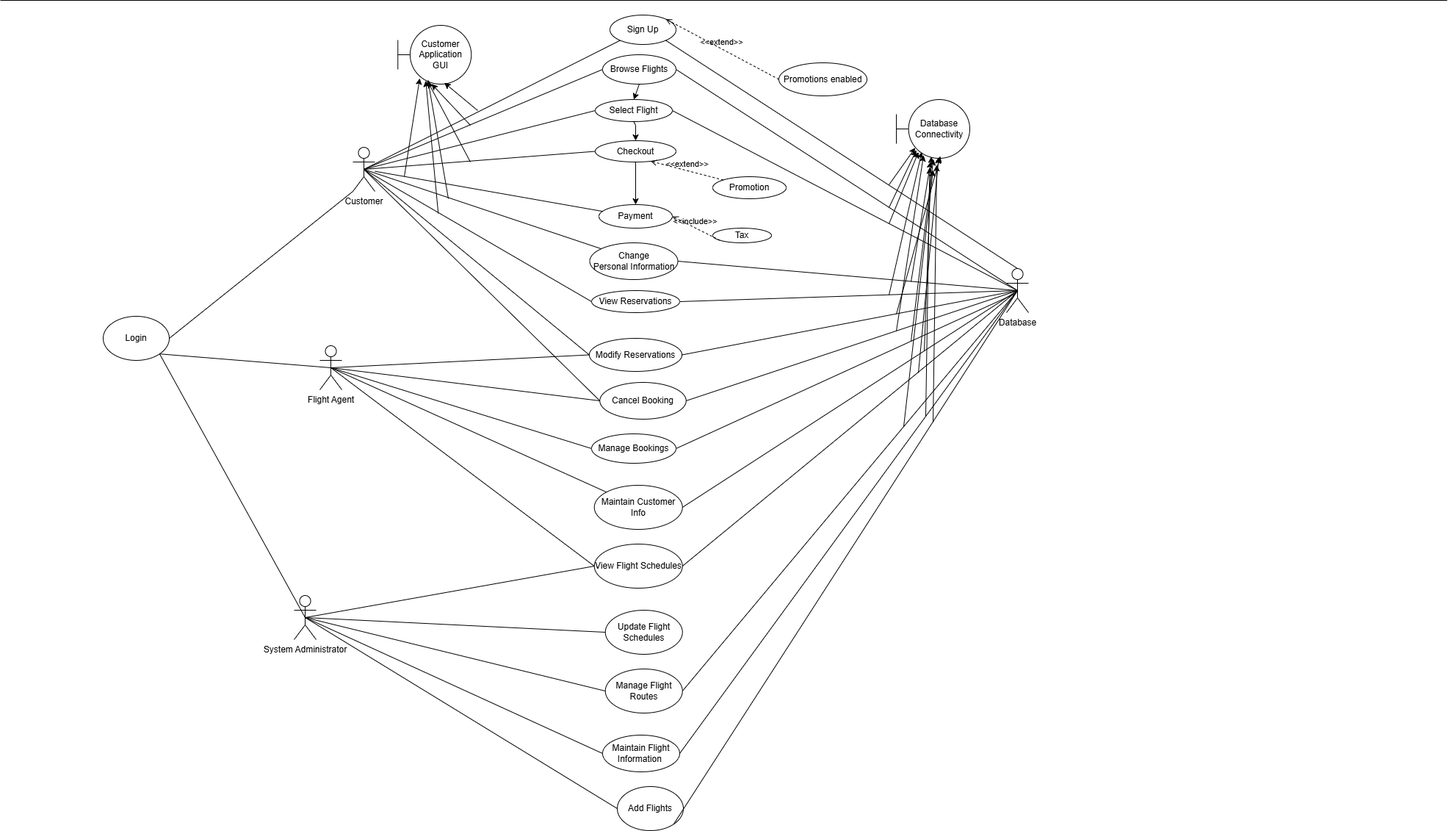
aditi-j25/ENSF_480_Term_project keeps this draw.io diagram as SystemUseCaseDiagram.drawio.png. Above is the earlier version. Source tidied: cells renumbered, new cells last; positions are measured from the earlier drawing's top-left corner, leaving out a move shared by most shapes.
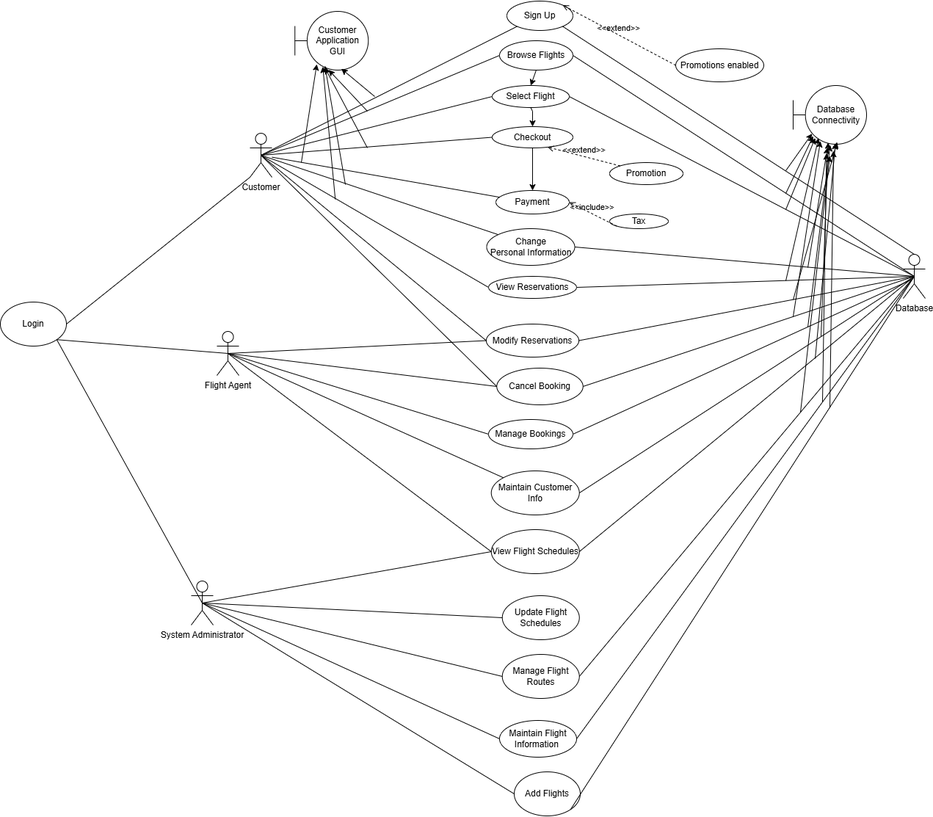
The same file after the commit.

Diff of the diagram source:
```diff
@@ -2,12 +2,6 @@
   <root>
     <mxCell id="0" />
     <mxCell id="1" parent="0" />
-    <mxCell id="2" style="endArrow=none;html=1;rounded=0;" parent="1" edge="1">
-      <mxGeometry relative="1" as="geometry">
-        <mxPoint as="sourcePoint" />
-        <mxPoint x="1970" as="targetPoint" />
-      </mxGeometry>
-    </mxCell>
     <mxCell id="3" value="Login" style="ellipse;whiteSpace=wrap;html=1;" parent="1" vertex="1">
       <mxGeometry x="140" y="430" width="90" height="60" as="geometry" />
     </mxCell>
```
